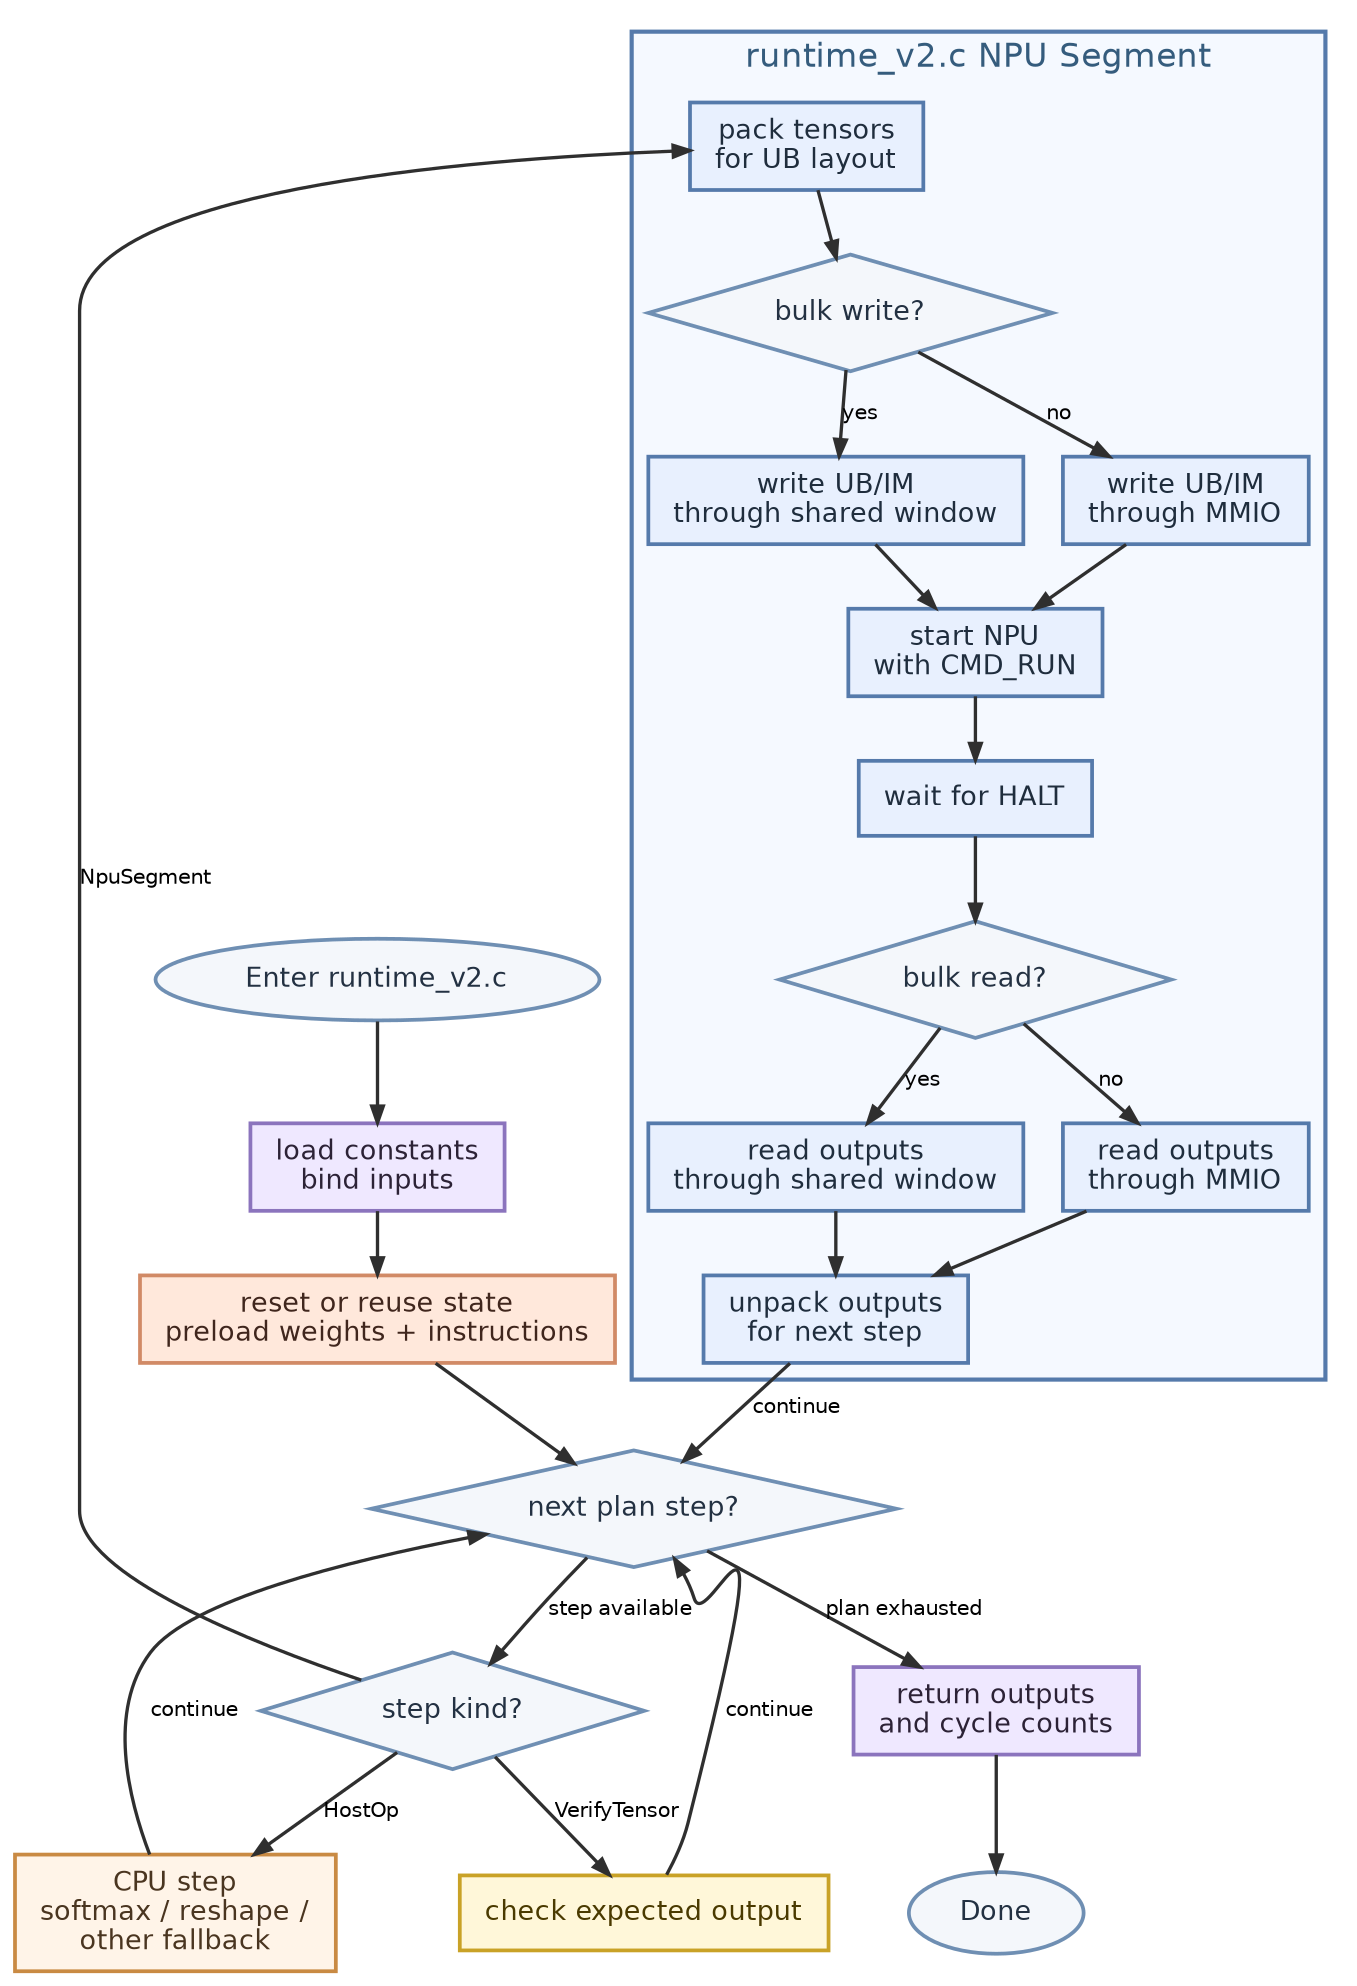
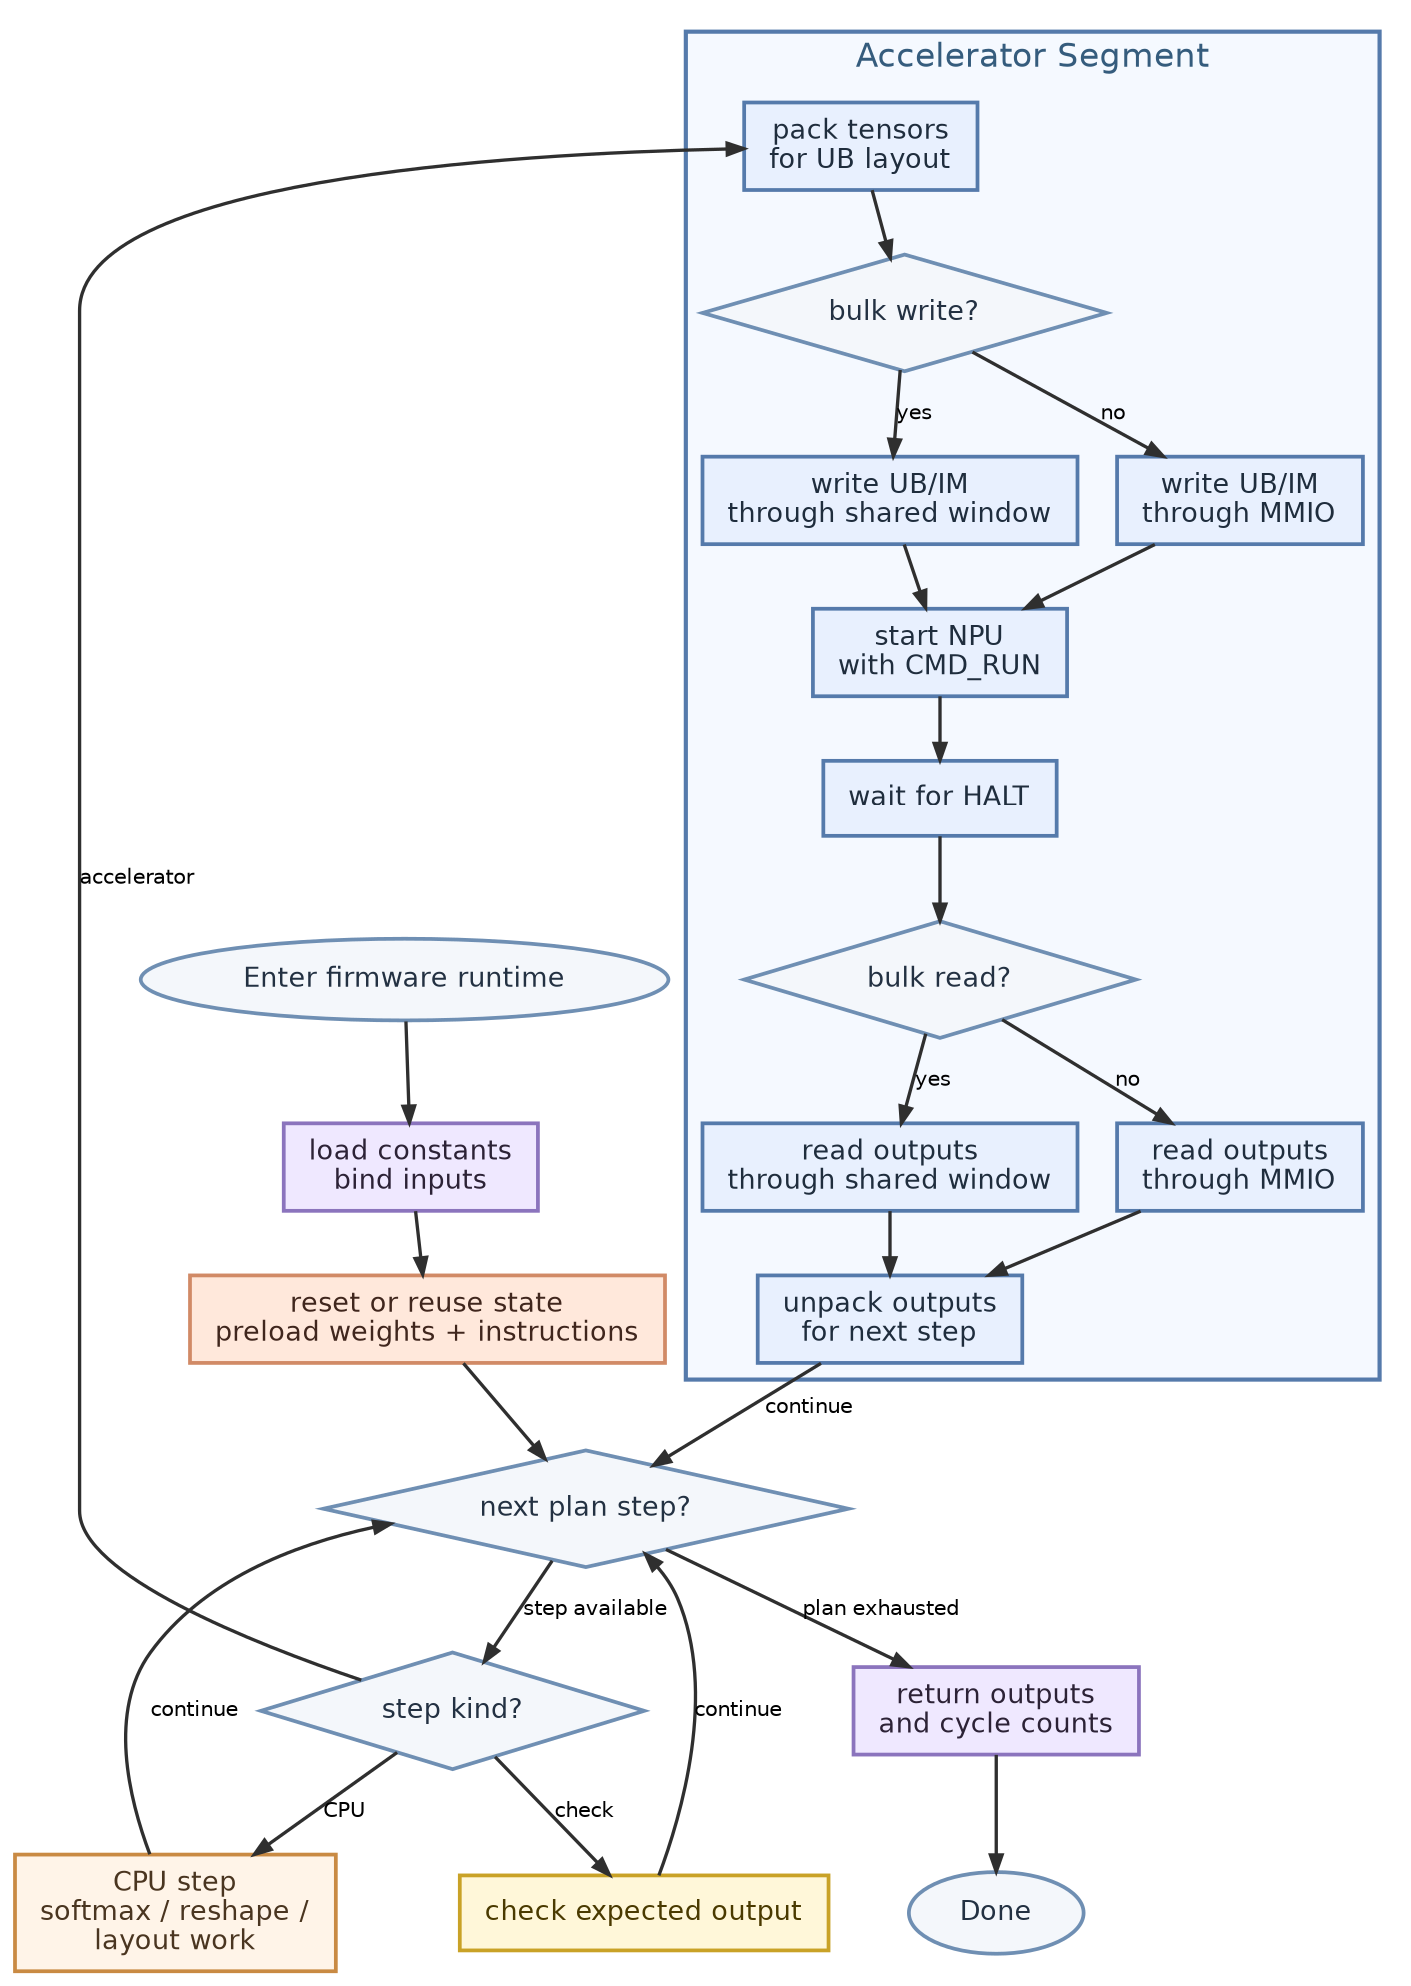
digraph TinyNPURuntimeState {
    graph [
        rankdir=TB,
        splines=true,
        pad=0.10,
        nodesep=0.26,
        ranksep=0.40,
        bgcolor="white",
        fontname="Helvetica",
        fontsize=18
    ];

    node [
        shape=box,
        style="filled",
        fontname="Helvetica",
        fontsize=13,
        penwidth=1.8,
        margin="0.16,0.10"
    ];

    edge [
        fontname="Helvetica",
        fontsize=10,
        color="#2f2f2f",
        penwidth=1.6,
        arrowsize=0.8
    ];

-     Start [shape=ellipse, label="Enter runtime_v2.c", fillcolor="#F4F7FB", color="#6F8FB3", fontcolor="#233142"];
+     Start [shape=ellipse, label="Enter firmware runtime", fillcolor="#F4F7FB", color="#6F8FB3", fontcolor="#233142"];
    Init [label="load constants\nbind inputs", fillcolor="#EFE8FF", color="#8B74BD", fontcolor="#2C2236"];
    Session [label="reset or reuse state\npreload weights + instructions", fillcolor="#FFE8DB", color="#D18A66", fontcolor="#40261d"];
    Dispatch [shape=diamond, label="next plan step?", fillcolor="#F4F7FB", color="#6F8FB3", fontcolor="#233142"];
    Kind [shape=diamond, label="step kind?", fillcolor="#F4F7FB", color="#6F8FB3", fontcolor="#233142"];

    subgraph cluster_npu {
-         label="runtime_v2.c NPU Segment";
+         label="Accelerator Segment";
        color="#557AAB";
        penwidth=2.0;
        style="filled";
        fillcolor="#F5F9FF";
        fontcolor="#355C7D";
        fontsize=16;

        Pack [label="pack tensors\nfor UB layout", fillcolor="#E8F0FE", color="#557AAB", fontcolor="#1f2d3d"];
        WriteSel [shape=diamond, label="bulk write?", fillcolor="#F4F7FB", color="#6F8FB3", fontcolor="#233142"];
        WriteShared [label="write UB/IM\nthrough shared window", fillcolor="#E8F0FE", color="#557AAB", fontcolor="#1f2d3d"];
        WriteMMIO [label="write UB/IM\nthrough MMIO", fillcolor="#E8F0FE", color="#557AAB", fontcolor="#1f2d3d"];
        Launch [label="start NPU\nwith CMD_RUN", fillcolor="#E8F0FE", color="#557AAB", fontcolor="#1f2d3d"];
        Wait [label="wait for HALT", fillcolor="#E8F0FE", color="#557AAB", fontcolor="#1f2d3d"];
        ReadSel [shape=diamond, label="bulk read?", fillcolor="#F4F7FB", color="#6F8FB3", fontcolor="#233142"];
        ReadShared [label="read outputs\nthrough shared window", fillcolor="#E8F0FE", color="#557AAB", fontcolor="#1f2d3d"];
        ReadMMIO [label="read outputs\nthrough MMIO", fillcolor="#E8F0FE", color="#557AAB", fontcolor="#1f2d3d"];
        Unpack [label="unpack outputs\nfor next step", fillcolor="#E8F0FE", color="#557AAB", fontcolor="#1f2d3d"];
    }

-     HostOp [label="CPU step\nsoftmax / reshape /\nother fallback", fillcolor="#FFF4E8", color="#C98A43", fontcolor="#4A3520"];
+     HostOp [label="CPU step\nsoftmax / reshape /\nlayout work", fillcolor="#FFF4E8", color="#C98A43", fontcolor="#4A3520"];
    Verify [label="check expected output", fillcolor="#FFF7D9", color="#C9A227", fontcolor="#4A3A00"];
    Finalize [label="return outputs\nand cycle counts", fillcolor="#EFE8FF", color="#8B74BD", fontcolor="#2C2236"];
    Done [shape=ellipse, label="Done", fillcolor="#F4F7FB", color="#6F8FB3", fontcolor="#233142"];

    { rank=same; HostOp; Verify; }

    Start -> Init;
    Init -> Session;
    Session -> Dispatch;
    Dispatch -> Finalize [label="plan exhausted"];
    Dispatch -> Kind [label="step available"];

-     Kind -> Pack [label="NpuSegment"];
-     Kind -> HostOp [label="HostOp"];
-     Kind -> Verify [label="VerifyTensor"];
+     Kind -> Pack [label="accelerator"];
+     Kind -> HostOp [label="CPU"];
+     Kind -> Verify [label="check"];

    Pack -> WriteSel;
    WriteSel -> WriteShared [label="yes"];
    WriteSel -> WriteMMIO [label="no"];
    WriteShared -> Launch;
    WriteMMIO -> Launch;
    Launch -> Wait -> ReadSel;
    ReadSel -> ReadShared [label="yes"];
    ReadSel -> ReadMMIO [label="no"];
    ReadShared -> Unpack;
    ReadMMIO -> Unpack;
    Unpack -> Dispatch [label="continue"];
    HostOp -> Dispatch [label="continue"];
    Verify -> Dispatch [label="continue"];
    Finalize -> Done;
}
